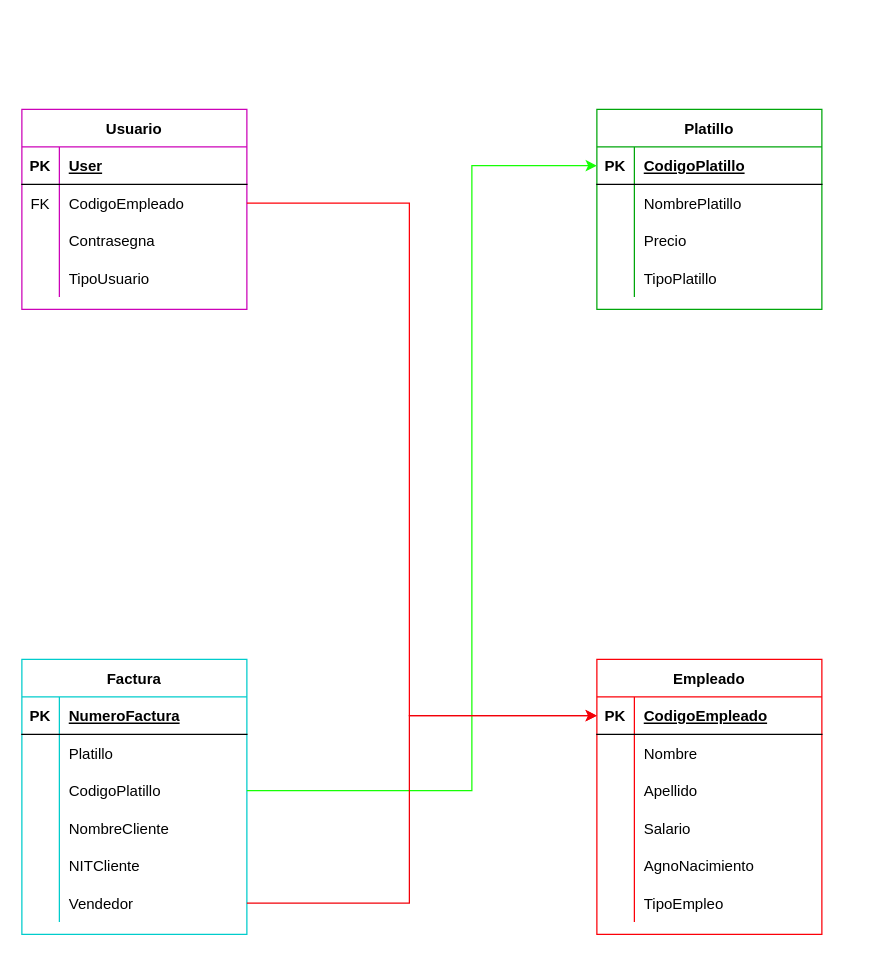
This is Diagrama sin título.drawio from QuijiTS/ProyectoDePractica, a draw.io file, before an edit. Source tidied: cells renumbered, new cells numbered last; positions are measured from the earlier drawing's top-left corner, leaving out a move shared by most shapes. Both pictures are drawn from the tidied source at 125%, with x=0, y=0 at pixel (21, 109).
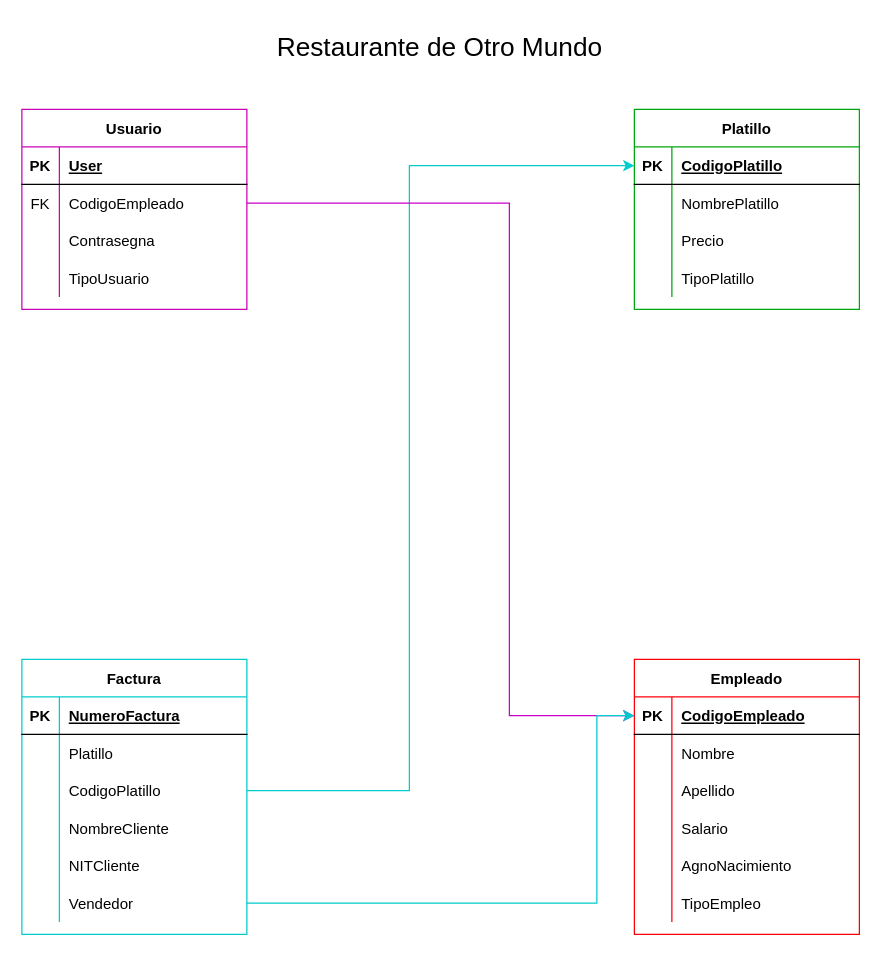
The same diagram, later.

Unchanged cells that the change refers to:
```xml
<mxCell id="6" style="shape=tableRow;horizontal=0;startSize=0;swimlaneHead=0;swimlaneBody=0;fillColor=none;points=[[0,0.5],[1,0.5]];portConstraint=eastwest;top=0;left=0;right=0;bottom=0;" parent="2" vertex="1">
  <mxGeometry y="60" width="180" height="30" as="geometry" />
</mxCell>
<mxCell id="16" style="shape=tableRow;horizontal=0;startSize=0;swimlaneHead=0;swimlaneBody=0;fillColor=none;points=[[0,0.5],[1,0.5]];portConstraint=eastwest;top=0;left=0;right=0;bottom=1;" parent="15" vertex="1">
  <mxGeometry y="30" width="180" height="30" as="geometry" />
</mxCell>
<mxCell id="35" style="shape=tableRow;horizontal=0;startSize=0;swimlaneHead=0;swimlaneBody=0;fillColor=none;points=[[0,0.5],[1,0.5]];portConstraint=eastwest;top=0;left=0;right=0;bottom=0;" parent="28" vertex="1">
  <mxGeometry y="90" width="180" height="30" as="geometry" />
</mxCell>
<mxCell id="44" style="shape=tableRow;horizontal=0;startSize=0;swimlaneHead=0;swimlaneBody=0;fillColor=none;points=[[0,0.5],[1,0.5]];portConstraint=eastwest;top=0;left=0;right=0;bottom=0;" parent="28" vertex="1">
  <mxGeometry y="180" width="180" height="30" as="geometry" />
</mxCell>
<mxCell id="48" style="shape=tableRow;horizontal=0;startSize=0;swimlaneHead=0;swimlaneBody=0;fillColor=none;points=[[0,0.5],[1,0.5]];portConstraint=eastwest;top=0;left=0;right=0;bottom=1;" parent="47" vertex="1">
  <mxGeometry y="30" width="180" height="30" as="geometry" />
</mxCell>
```

Change to the diagram source:
```diff
@@
     <mxCell id="15" value="Platillo" style="shape=table;startSize=30;childLayout=tableLayout;rowLines=0;fontStyle=1;align=center;strokeColor=#00A60B;" parent="1" vertex="1">
-      <mxGeometry x="460" width="180" height="160" as="geometry" />
+      <mxGeometry x="490" width="180" height="160" as="geometry" />
     </mxCell>
@@
     <mxCell id="47" value="Empleado" style="shape=table;startSize=30;childLayout=tableLayout;rowLines=0;fontStyle=1;align=center;strokeColor=#FC0008;" parent="1" vertex="1">
-      <mxGeometry x="460" y="440" width="180" height="220" as="geometry" />
+      <mxGeometry x="490" y="440" width="180" height="220" as="geometry" />
     </mxCell>
@@
-    <mxCell id="66" style="edgeStyle=orthogonalEdgeStyle;rounded=0;jettySize=auto;html=1;exitX=1;exitY=0.5;exitDx=0;exitDy=0;entryX=0;entryY=0.5;entryDx=0;entryDy=0;strokeColor=#16FF05;" parent="1" edge="1" source="35" target="16">
+    <mxCell id="66" style="edgeStyle=orthogonalEdgeStyle;rounded=0;jettySize=auto;html=1;exitX=1;exitY=0.5;exitDx=0;exitDy=0;entryX=0;entryY=0.5;entryDx=0;entryDy=0;strokeColor=#00CCCC;" parent="1" edge="1" source="35" target="16">
       <mxGeometry relative="1" as="geometry">
         <Array as="points">
-          <mxPoint x="360" y="545" />
-          <mxPoint x="360" y="45" />
+          <mxPoint x="310" y="545" />
+          <mxPoint x="310" y="45" />
         </Array>
       </mxGeometry>
     </mxCell>
-    <mxCell id="67" style="edgeStyle=orthogonalEdgeStyle;rounded=0;jettySize=auto;html=1;exitX=1;exitY=0.5;exitDx=0;exitDy=0;entryX=0;entryY=0.5;entryDx=0;entryDy=0;strokeColor=#FF0008;" parent="1" edge="1" source="6" target="48">
+    <mxCell id="67" style="edgeStyle=orthogonalEdgeStyle;rounded=0;jettySize=auto;html=1;exitX=1;exitY=0.5;exitDx=0;exitDy=0;entryX=0;entryY=0.5;entryDx=0;entryDy=0;strokeColor=#CC00CC;" parent="1" edge="1" source="6" target="48">
       <mxGeometry relative="1" as="geometry">
         <Array as="points">
-          <mxPoint x="310" y="75" />
-          <mxPoint x="310" y="485" />
+          <mxPoint x="390" y="75" />
+          <mxPoint x="390" y="485" />
         </Array>
       </mxGeometry>
     </mxCell>
-    <mxCell id="68" style="edgeStyle=orthogonalEdgeStyle;rounded=0;jettySize=auto;html=1;exitX=1;exitY=0.5;exitDx=0;exitDy=0;entryX=0;entryY=0.5;entryDx=0;entryDy=0;fillColor=#FF0008;strokeColor=#F20008;" parent="1" edge="1" source="44" target="48">
+    <mxCell id="68" style="edgeStyle=orthogonalEdgeStyle;rounded=0;jettySize=auto;html=1;exitX=1;exitY=0.5;exitDx=0;exitDy=0;entryX=0;entryY=0.5;entryDx=0;entryDy=0;fillColor=#FF0008;strokeColor=#00CCCC;" parent="1" edge="1" source="44" target="48">
       <mxGeometry relative="1" as="geometry">
         <Array as="points">
-          <mxPoint x="310" y="635" />
-          <mxPoint x="310" y="485" />
+          <mxPoint x="460" y="635" />
+          <mxPoint x="460" y="485" />
         </Array>
       </mxGeometry>
     </mxCell>
+    <mxCell id="69" value="Restaurante de Otro Mundo" style="text;html=1;align=center;verticalAlign=middle;strokeColor=none;fillColor=none;fontSize=21;" parent="1" vertex="1">
+      <mxGeometry x="194" y="-70" width="280" height="40" as="geometry" />
+    </mxCell>
```
